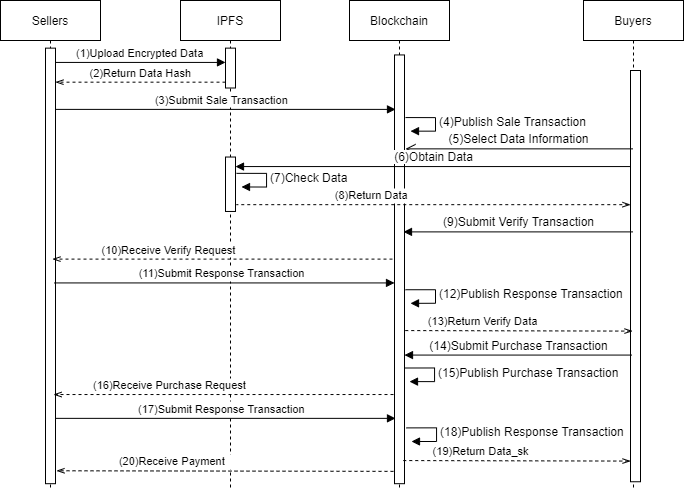
This is newflowDiagram.png from yyuu-6/1111, a draw.io export, as it was before one commit. Source tidied: cells renumbered, new cells last; positions are measured from the earlier drawing's top-left corner, leaving out a move shared by most shapes.
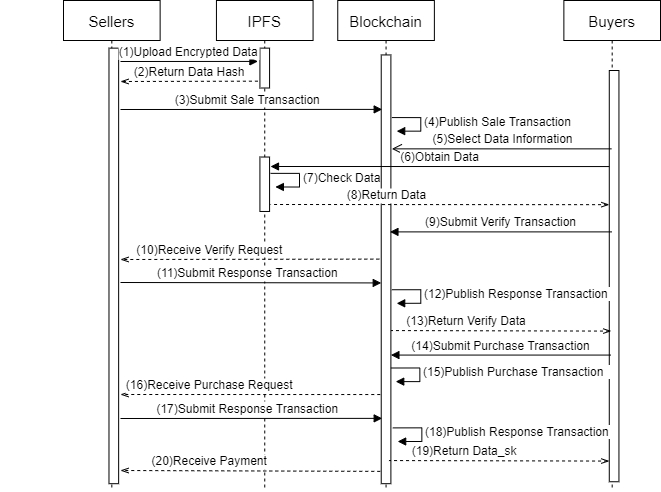
The same diagram one commit later.

Change to the diagram source:
```diff
@@ -2,171 +2,168 @@
   <root>
     <mxCell id="0" />
     <mxCell id="1" parent="0" />
-    <mxCell id="2" style="group;" parent="1" vertex="1">
-      <mxGeometry width="683" height="490" as="geometry" />
-    </mxCell>
-    <mxCell id="3" value="Buyers" style="shape=umlLifeline;perimeter=lifelinePerimeter;rounded=0;shadow=0;strokeWidth=1;" parent="2" vertex="1">
-      <mxGeometry x="583" width="100" height="490" as="geometry" />
+    <mxCell id="3" value="Buyers" style="shape=umlLifeline;perimeter=lifelinePerimeter;rounded=0;shadow=0;strokeWidth=1;fontSize=15;" parent="1" vertex="1">
+      <mxGeometry x="613.4" width="96.6" height="490" as="geometry" />
     </mxCell>
     <mxCell id="4" style="perimeter=orthogonalPerimeter;rounded=0;shadow=0;strokeWidth=1;" parent="3" vertex="1">
-      <mxGeometry x="47" y="70" width="10" height="411.3" as="geometry" />
+      <mxGeometry x="45.4" y="70" width="9.7" height="411.3" as="geometry" />
     </mxCell>
-    <mxCell id="5" style="group;" parent="2" vertex="1">
-      <mxGeometry width="632.5" height="490" as="geometry" />
+    <mxCell id="5" style="group;" parent="1" vertex="1">
+      <mxGeometry x="50" width="611.2" height="490" as="geometry" />
     </mxCell>
-    <mxCell id="6" value="Sellers" style="shape=umlLifeline;perimeter=lifelinePerimeter;rounded=0;shadow=0;strokeWidth=1;" parent="5" vertex="1">
-      <mxGeometry width="100" height="490" as="geometry" />
+    <mxCell id="6" value="Sellers" style="shape=umlLifeline;perimeter=lifelinePerimeter;rounded=0;shadow=0;strokeWidth=1;fontSize=15;" parent="5" vertex="1">
+      <mxGeometry x="63" width="96.6" height="490" as="geometry" />
     </mxCell>
     <mxCell id="7" style="perimeter=orthogonalPerimeter;rounded=0;shadow=0;strokeWidth=1;" parent="6" vertex="1">
-      <mxGeometry x="45" y="47.6" width="10" height="435.6" as="geometry" />
+      <mxGeometry x="45.5" y="47.6" width="9.7" height="435.6" as="geometry" />
     </mxCell>
-    <mxCell id="8" value="IPFS" style="shape=umlLifeline;perimeter=lifelinePerimeter;rounded=0;shadow=0;strokeWidth=1;" parent="5" vertex="1">
-      <mxGeometry x="180" width="100" height="490" as="geometry" />
+    <mxCell id="8" value="IPFS" style="shape=umlLifeline;perimeter=lifelinePerimeter;rounded=0;shadow=0;strokeWidth=1;fontSize=15;" parent="5" vertex="1">
+      <mxGeometry x="215.9" width="96.6" height="490" as="geometry" />
     </mxCell>
     <mxCell id="9" style="perimeter=orthogonalPerimeter;rounded=0;shadow=0;strokeWidth=1;" parent="8" vertex="1">
-      <mxGeometry x="45" y="47.6" width="10" height="39.9" as="geometry" />
+      <mxGeometry x="43.5" y="47.6" width="9.7" height="39.9" as="geometry" />
     </mxCell>
-    <mxCell id="10" value="(1)Upload Encrypted Data" style="verticalAlign=bottom;endArrow=block;entryX=0;entryY=0;shadow=0;strokeWidth=1;" parent="5" edge="1">
+    <mxCell id="10" value="(1)Upload Encrypted Data" style="verticalAlign=bottom;endArrow=block;entryX=0;entryY=0;shadow=0;strokeWidth=1;fontSize=12;" parent="5" edge="1">
       <mxGeometry relative="1" as="geometry">
-        <mxPoint x="55" y="61.9" as="sourcePoint" />
-        <mxPoint x="225" y="61.9" as="targetPoint" />
+        <mxPoint x="120" y="61" as="sourcePoint" />
+        <mxPoint x="257.4" y="60.9" as="targetPoint" />
       </mxGeometry>
     </mxCell>
-    <mxCell id="11" value="(2)Return Data Hash" style="verticalAlign=bottom;endArrow=openThin;shadow=0;strokeWidth=1;dashed=1;endFill=0;" parent="5" edge="1">
+    <mxCell id="11" value="(2)Return Data Hash" style="verticalAlign=bottom;endArrow=openThin;shadow=0;strokeWidth=1;dashed=1;endFill=0;fontSize=12;" parent="5" edge="1">
       <mxGeometry relative="1" as="geometry">
-        <mxPoint x="225" y="81.7" as="sourcePoint" />
-        <mxPoint x="55" y="81.7" as="targetPoint" />
+        <mxPoint x="257.4" y="80.7" as="sourcePoint" />
+        <mxPoint x="120" y="81" as="targetPoint" />
       </mxGeometry>
     </mxCell>
-    <mxCell id="12" value="Blockchain" style="shape=umlLifeline;perimeter=lifelinePerimeter;rounded=0;shadow=0;strokeWidth=1;" parent="5" vertex="1">
-      <mxGeometry x="349" width="100" height="490" as="geometry" />
+    <mxCell id="12" value="Blockchain" style="shape=umlLifeline;perimeter=lifelinePerimeter;rounded=0;shadow=0;strokeWidth=1;fontSize=15;" parent="5" vertex="1">
+      <mxGeometry x="337.2" width="96.6" height="490" as="geometry" />
     </mxCell>
     <mxCell id="13" style="perimeter=orthogonalPerimeter;rounded=0;shadow=0;strokeWidth=1;" parent="12" vertex="1">
-      <mxGeometry x="45" y="54.4" width="10" height="428.8" as="geometry" />
+      <mxGeometry x="43.5" y="54.4" width="9.7" height="428.8" as="geometry" />
     </mxCell>
-    <mxCell id="14" value="(3)Submit Sale Transaction  " style="verticalAlign=bottom;endArrow=block;shadow=0;strokeWidth=1;" parent="5" edge="1">
+    <mxCell id="14" value="(3)Submit Sale Transaction  " style="verticalAlign=bottom;endArrow=block;shadow=0;strokeWidth=1;fontSize=12;" parent="5" edge="1">
       <mxGeometry relative="1" as="geometry">
-        <mxPoint x="55" y="108.9" as="sourcePoint" />
-        <mxPoint x="395" y="108.9" as="targetPoint" />
+        <mxPoint x="120" y="109" as="sourcePoint" />
+        <mxPoint x="381.7" y="108.9" as="targetPoint" />
       </mxGeometry>
     </mxCell>
     <mxCell id="15" value="&lt;span style=&quot;text-align: center&quot;&gt;(4)Publish Sale Transaction&amp;nbsp;&amp;nbsp;&lt;/span&gt;" style="edgeStyle=orthogonalEdgeStyle;html=1;align=left;spacingLeft=2;endArrow=block;rounded=0;entryX=1;entryY=0;" parent="5" edge="1">
       <mxGeometry relative="1" as="geometry">
-        <mxPoint x="405" y="117.1" as="sourcePoint" />
-        <mxPoint x="410" y="130.7" as="targetPoint" />
+        <mxPoint x="391.4" y="117.1" as="sourcePoint" />
+        <mxPoint x="396.2" y="130.7" as="targetPoint" />
         <Array as="points">
-          <mxPoint x="435" y="117.1" />
+          <mxPoint x="420.4" y="117.1" />
         </Array>
       </mxGeometry>
     </mxCell>
     <mxCell id="16" value="(5)Select Data Information" style="html=1;verticalAlign=bottom;endArrow=open;endSize=8;" parent="5" edge="1" source="3">
       <mxGeometry relative="1" as="geometry">
-        <mxPoint x="405" y="148.4" as="targetPoint" />
+        <mxPoint x="391.4" y="148.4" as="targetPoint" />
       </mxGeometry>
     </mxCell>
     <mxCell id="17" value="(14)Submit Purchase Transaction" style="html=1;verticalAlign=bottom;endArrow=none;startArrow=block;startFill=1;endFill=0;" parent="5" edge="1">
       <mxGeometry relative="1" as="geometry">
-        <mxPoint x="404" y="354.6" as="sourcePoint" />
-        <mxPoint x="631.5" y="354.6" as="targetPoint" />
+        <mxPoint x="390.4" y="354.6" as="sourcePoint" />
+        <mxPoint x="610.2" y="354.6" as="targetPoint" />
       </mxGeometry>
     </mxCell>
-    <mxCell id="18" value="(16)Receive Purchase Request" style="verticalAlign=bottom;endArrow=openThin;shadow=0;strokeWidth=1;dashed=1;endFill=0;" parent="5" edge="1">
+    <mxCell id="18" value="(16)Receive Purchase Request" style="verticalAlign=bottom;endArrow=openThin;shadow=0;strokeWidth=1;dashed=1;endFill=0;fontSize=12;" parent="5" edge="1">
       <mxGeometry x="0.31" relative="1" as="geometry">
-        <mxPoint x="393" y="394" as="sourcePoint" />
-        <mxPoint x="53" y="394" as="targetPoint" />
+        <mxPoint x="379.8" y="394" as="sourcePoint" />
+        <mxPoint x="120" y="394" as="targetPoint" />
       </mxGeometry>
     </mxCell>
     <mxCell id="19" value="&lt;span style=&quot;text-align: center&quot;&gt;(15)Publish Purchase Transaction&amp;nbsp;&amp;nbsp;&lt;/span&gt;" style="edgeStyle=orthogonalEdgeStyle;html=1;align=left;spacingLeft=2;endArrow=block;rounded=0;entryX=1;entryY=0;" parent="5" edge="1">
       <mxGeometry relative="1" as="geometry">
-        <mxPoint x="404" y="367.5" as="sourcePoint" />
-        <mxPoint x="409" y="381.1" as="targetPoint" />
+        <mxPoint x="390.4" y="367.5" as="sourcePoint" />
+        <mxPoint x="395.2" y="381.1" as="targetPoint" />
         <Array as="points">
-          <mxPoint x="434" y="367.5" />
+          <mxPoint x="419.4" y="367.5" />
         </Array>
       </mxGeometry>
     </mxCell>
-    <mxCell id="20" value="(17)Submit Response Transaction  " style="verticalAlign=bottom;endArrow=block;shadow=0;strokeWidth=1;" parent="5" edge="1">
+    <mxCell id="20" value="(17)Submit Response Transaction  " style="verticalAlign=bottom;endArrow=block;shadow=0;strokeWidth=1;fontSize=12;" parent="5" edge="1">
       <mxGeometry relative="1" as="geometry">
-        <mxPoint x="55" y="417.9" as="sourcePoint" />
-        <mxPoint x="395" y="417.9" as="targetPoint" />
+        <mxPoint x="120" y="418" as="sourcePoint" />
+        <mxPoint x="381.7" y="417.9" as="targetPoint" />
       </mxGeometry>
     </mxCell>
     <mxCell id="21" value="&lt;span style=&quot;text-align: center&quot;&gt;(18)Publish Response Transaction&amp;nbsp;&amp;nbsp;&lt;/span&gt;" style="edgeStyle=orthogonalEdgeStyle;html=1;align=left;spacingLeft=2;endArrow=block;rounded=0;entryX=1;entryY=0;" parent="5" edge="1">
       <mxGeometry relative="1" as="geometry">
-        <mxPoint x="406" y="427.4" as="sourcePoint" />
-        <mxPoint x="411" y="441" as="targetPoint" />
+        <mxPoint x="392.3" y="427.4" as="sourcePoint" />
+        <mxPoint x="397.2" y="441" as="targetPoint" />
         <Array as="points">
-          <mxPoint x="436" y="427.4" />
+          <mxPoint x="421.3" y="427.4" />
         </Array>
       </mxGeometry>
     </mxCell>
     <mxCell id="22" style="perimeter=orthogonalPerimeter;rounded=0;shadow=0;strokeWidth=1;" parent="5" vertex="1">
-      <mxGeometry x="225" y="156.5" width="10" height="54.4" as="geometry" />
+      <mxGeometry x="259.4" y="156.5" width="9.7" height="54.4" as="geometry" />
     </mxCell>
     <mxCell id="23" value="&lt;span style=&quot;text-align: center&quot;&gt;(7)Check Data&lt;/span&gt;" style="edgeStyle=orthogonalEdgeStyle;html=1;align=left;spacingLeft=2;endArrow=block;rounded=0;entryX=1;entryY=0;" parent="5" edge="1">
       <mxGeometry relative="1" as="geometry">
-        <mxPoint x="236" y="172.9" as="sourcePoint" />
-        <mxPoint x="241" y="186.5" as="targetPoint" />
+        <mxPoint x="270.1" y="172.9" as="sourcePoint" />
+        <mxPoint x="274.9" y="186.5" as="targetPoint" />
         <Array as="points">
-          <mxPoint x="266" y="172.9" />
+          <mxPoint x="299" y="172.9" />
         </Array>
       </mxGeometry>
     </mxCell>
-    <mxCell id="24" value="(8)Return Data" style="verticalAlign=bottom;endArrow=none;shadow=0;strokeWidth=1;dashed=1;endFill=0;startArrow=openThin;startFill=0;" parent="5" edge="1">
+    <mxCell id="24" value="(8)Return Data" style="verticalAlign=bottom;endArrow=none;shadow=0;strokeWidth=1;dashed=1;endFill=0;startArrow=openThin;startFill=0;fontSize=12;" parent="5" edge="1">
       <mxGeometry x="0.31" relative="1" as="geometry">
-        <mxPoint x="630" y="204.2" as="sourcePoint" />
-        <mxPoint x="236" y="204.2" as="targetPoint" />
+        <mxPoint x="608.8" y="204.2" as="sourcePoint" />
+        <mxPoint x="270" y="204" as="targetPoint" />
       </mxGeometry>
     </mxCell>
     <mxCell id="25" value="(9)Submit Verify Transaction" style="html=1;verticalAlign=bottom;endArrow=none;startArrow=block;startFill=1;endFill=0;" parent="5" edge="1">
       <mxGeometry relative="1" as="geometry">
-        <mxPoint x="403" y="231.4" as="sourcePoint" />
-        <mxPoint x="632.5" y="231.4" as="targetPoint" />
+        <mxPoint x="389.4" y="231.4" as="sourcePoint" />
+        <mxPoint x="611.2" y="231.4" as="targetPoint" />
       </mxGeometry>
     </mxCell>
-    <mxCell id="26" value="(10)Receive Verify Request" style="verticalAlign=bottom;endArrow=openThin;shadow=0;strokeWidth=1;dashed=1;endFill=0;" parent="5" edge="1">
+    <mxCell id="26" value="(10)Receive Verify Request" style="verticalAlign=bottom;endArrow=openThin;shadow=0;strokeWidth=1;dashed=1;endFill=0;fontSize=12;" parent="5" edge="1">
       <mxGeometry x="0.31" relative="1" as="geometry">
-        <mxPoint x="392" y="258.6" as="sourcePoint" />
-        <mxPoint x="52" y="258.6" as="targetPoint" />
+        <mxPoint x="378.8" y="258.6" as="sourcePoint" />
+        <mxPoint x="120" y="259" as="targetPoint" />
       </mxGeometry>
     </mxCell>
-    <mxCell id="27" value="(11)Submit Response Transaction  " style="verticalAlign=bottom;endArrow=block;shadow=0;strokeWidth=1;" parent="5" edge="1">
+    <mxCell id="27" value="(11)Submit Response Transaction  " style="verticalAlign=bottom;endArrow=block;shadow=0;strokeWidth=1;fontSize=12;" parent="5" edge="1">
       <mxGeometry relative="1" as="geometry">
-        <mxPoint x="54" y="282.4" as="sourcePoint" />
-        <mxPoint x="394" y="282.4" as="targetPoint" />
+        <mxPoint x="120" y="282" as="sourcePoint" />
+        <mxPoint x="380.7" y="282.4" as="targetPoint" />
       </mxGeometry>
     </mxCell>
     <mxCell id="28" value="&lt;span style=&quot;text-align: center&quot;&gt;(12)Publish Response Transaction&amp;nbsp;&amp;nbsp;&lt;/span&gt;" style="edgeStyle=orthogonalEdgeStyle;html=1;align=left;spacingLeft=2;endArrow=block;rounded=0;entryX=1;entryY=0;" parent="5" edge="1">
       <mxGeometry relative="1" as="geometry">
-        <mxPoint x="405" y="289.2" as="sourcePoint" />
-        <mxPoint x="410" y="302.8" as="targetPoint" />
+        <mxPoint x="391.4" y="289.2" as="sourcePoint" />
+        <mxPoint x="396.2" y="302.8" as="targetPoint" />
         <Array as="points">
-          <mxPoint x="435" y="289.2" />
+          <mxPoint x="420.4" y="289.2" />
         </Array>
       </mxGeometry>
     </mxCell>
-    <mxCell id="29" value="(13)Return Verify Data" style="verticalAlign=bottom;endArrow=none;shadow=0;strokeWidth=1;dashed=1;endFill=0;startArrow=openThin;startFill=0;exitX=-0.3;exitY=0.887;exitDx=0;exitDy=0;exitPerimeter=0;" parent="5" edge="1">
+    <mxCell id="29" value="(13)Return Verify Data" style="verticalAlign=bottom;endArrow=none;shadow=0;strokeWidth=1;dashed=1;endFill=0;startArrow=openThin;startFill=0;exitX=-0.3;exitY=0.887;exitDx=0;exitDy=0;exitPerimeter=0;fontSize=12;" parent="5" edge="1">
       <mxGeometry x="0.31" relative="1" as="geometry">
-        <mxPoint x="632" y="330.6" as="sourcePoint" />
-        <mxPoint x="404" y="330.1" as="targetPoint" />
+        <mxPoint x="610.7" y="330.6" as="sourcePoint" />
+        <mxPoint x="390.4" y="330.1" as="targetPoint" />
       </mxGeometry>
     </mxCell>
-    <mxCell id="30" value="(20)Receive Payment" style="verticalAlign=bottom;endArrow=openThin;shadow=0;strokeWidth=1;dashed=1;endFill=0;exitX=-0.1;exitY=0.959;exitDx=0;exitDy=0;exitPerimeter=0;" parent="5" edge="1">
+    <mxCell id="30" value="(20)Receive Payment" style="verticalAlign=bottom;endArrow=openThin;shadow=0;strokeWidth=1;dashed=1;endFill=0;exitX=-0.1;exitY=0.959;exitDx=0;exitDy=0;exitPerimeter=0;fontSize=12;" parent="5" edge="1">
       <mxGeometry x="0.31" relative="1" as="geometry">
-        <mxPoint x="393" y="470.9" as="sourcePoint" />
-        <mxPoint x="56" y="470.3" as="targetPoint" />
+        <mxPoint x="379.8" y="470.9" as="sourcePoint" />
+        <mxPoint x="120" y="470" as="targetPoint" />
       </mxGeometry>
     </mxCell>
     <mxCell id="31" value="(6)Obtain Data" style="html=1;verticalAlign=bottom;endArrow=none;startArrow=block;startFill=1;endFill=0;" parent="5" edge="1">
       <mxGeometry relative="1" as="geometry">
-        <mxPoint x="235" y="166.1" as="sourcePoint" />
-        <mxPoint x="630" y="166.1" as="targetPoint" />
+        <mxPoint x="270" y="166" as="sourcePoint" />
+        <mxPoint x="608.8" y="166.1" as="targetPoint" />
       </mxGeometry>
     </mxCell>
-    <mxCell id="32" value="(19)Return Data_sk" style="verticalAlign=bottom;endArrow=none;shadow=0;strokeWidth=1;dashed=1;endFill=0;startArrow=openThin;startFill=0;exitX=-0.3;exitY=0.887;exitDx=0;exitDy=0;exitPerimeter=0;" parent="5" edge="1">
+    <mxCell id="32" value="(19)Return Data_sk" style="verticalAlign=bottom;endArrow=none;shadow=0;strokeWidth=1;dashed=1;endFill=0;startArrow=openThin;startFill=0;exitX=-0.3;exitY=0.887;exitDx=0;exitDy=0;exitPerimeter=0;fontSize=12;" parent="5" edge="1">
       <mxGeometry x="0.31" relative="1" as="geometry">
-        <mxPoint x="630" y="460.6" as="sourcePoint" />
-        <mxPoint x="402" y="460.1" as="targetPoint" />
+        <mxPoint x="608.8" y="460.6" as="sourcePoint" />
+        <mxPoint x="388.5" y="460.1" as="targetPoint" />
       </mxGeometry>
     </mxCell>
   </root>
```
